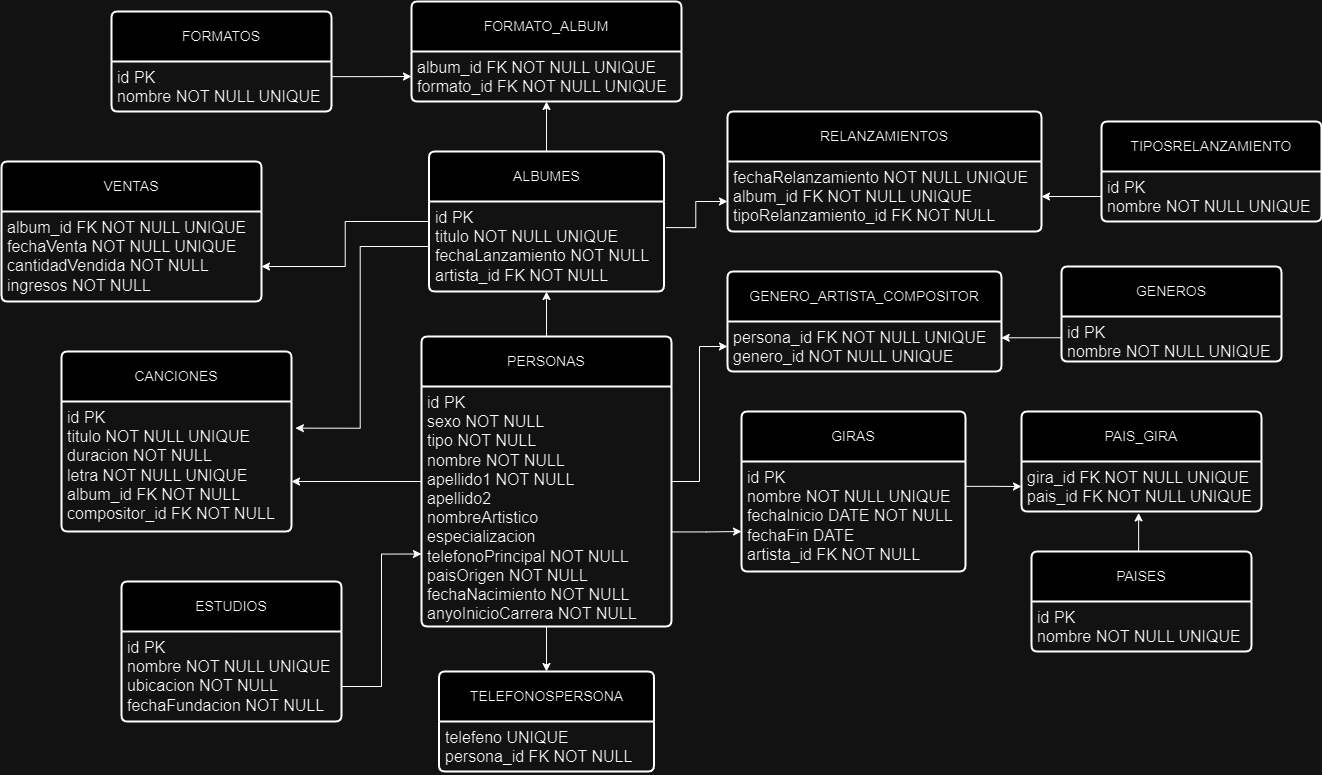
The draw.io diagram img/modelo_logico.png in jstorra/proyecto-discografica-sql, before a commit. Source tidied: cells renumbered, new cells last; positions are measured from the earlier drawing's top-left corner, leaving out a move shared by most shapes.
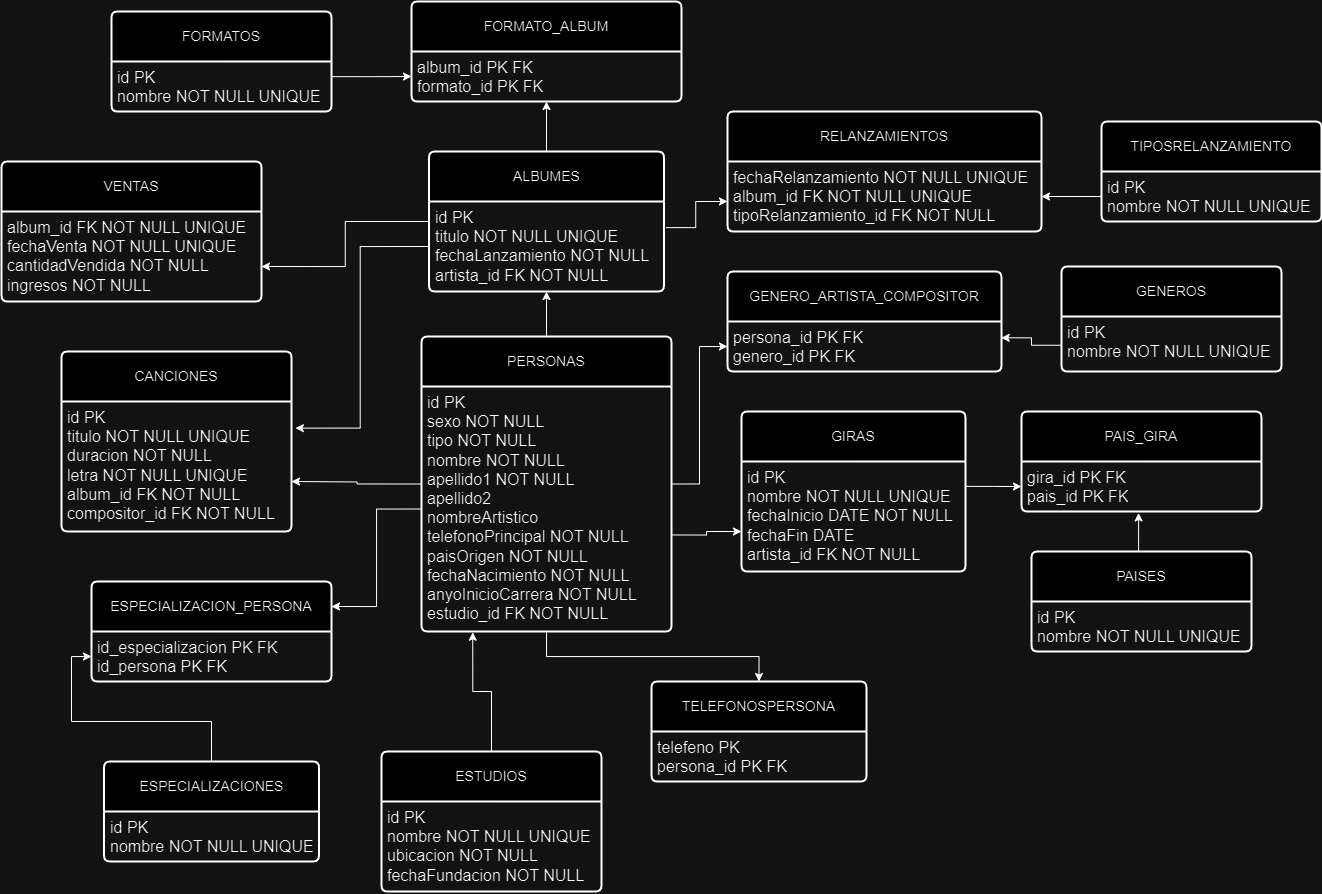
After the commit.

Commit message:
feat: :sparkles: Changing logical model image

Diff of the diagram source:
```diff
@@ -17,10 +17,10 @@
       <mxGeometry relative="1" as="geometry" />
     </mxCell>
     <mxCell id="6" value="PERSONAS" style="swimlane;horizontal=1;startSize=50;rounded=1;fontSize=14;fontStyle=0;strokeWidth=2;shadow=0;dashed=0;align=center;arcSize=4;whiteSpace=wrap;html=1;" parent="1" vertex="1">
-      <mxGeometry x="420" y="335" width="250" height="290" as="geometry" />
+      <mxGeometry x="420" y="335" width="250" height="295" as="geometry" />
     </mxCell>
-    <mxCell id="7" value="&lt;font size=&quot;3&quot;&gt;id PK&lt;br&gt;sexo NOT NULL&lt;br&gt;tipo NOT NULL&lt;br&gt;nombre NOT NULL&lt;br&gt;apellido1 NOT NULL&lt;br&gt;apellido2&lt;br&gt;nombreArtistico&lt;br&gt;especializacion&lt;br&gt;telefonoPrincipal NOT NULL&lt;br&gt;paisOrigen NOT NULL&lt;br&gt;fechaNacimiento NOT NULL&lt;br&gt;anyoInicioCarrera NOT NULL&lt;br&gt;&lt;br&gt;&lt;/font&gt;" style="text;strokeColor=none;fillColor=none;spacingLeft=4;spacingRight=4;overflow=hidden;points=[[0,0.5],[1,0.5]];portConstraint=eastwest;fontSize=12;whiteSpace=wrap;html=1;" parent="6" vertex="1">
-      <mxGeometry y="50" width="250" height="240" as="geometry" />
+    <mxCell id="7" value="&lt;font size=&quot;3&quot;&gt;id PK&lt;br&gt;sexo NOT NULL&lt;br&gt;tipo NOT NULL&lt;br&gt;nombre NOT NULL&lt;br&gt;apellido1 NOT NULL&lt;br&gt;apellido2&lt;br&gt;nombreArtistico&lt;br&gt;telefonoPrincipal NOT NULL&lt;br&gt;paisOrigen NOT NULL&lt;br&gt;fechaNacimiento NOT NULL&lt;br&gt;anyoInicioCarrera NOT NULL&lt;br&gt;estudio_id FK NOT NULL&lt;br&gt;&lt;/font&gt;" style="text;strokeColor=none;fillColor=none;spacingLeft=4;spacingRight=4;overflow=hidden;points=[[0,0.5],[1,0.5]];portConstraint=eastwest;fontSize=12;whiteSpace=wrap;html=1;" parent="6" vertex="1">
+      <mxGeometry y="50" width="250" height="245" as="geometry" />
     </mxCell>
     <mxCell id="8" style="edgeStyle=orthogonalEdgeStyle;rounded=0;jettySize=auto;html=1;exitX=0.998;exitY=0.226;exitDx=0;exitDy=0;entryX=0;entryY=0.75;entryDx=0;entryDy=0;exitPerimeter=0;" parent="1" edge="1" source="10" target="30">
       <mxGeometry relative="1" as="geometry" />
@@ -58,11 +58,8 @@
     <mxCell id="19" value="&lt;font size=&quot;3&quot;&gt;album_id FK NOT NULL UNIQUE&lt;br&gt;fechaVenta NOT NULL UNIQUE&lt;br&gt;cantidadVendida NOT NULL&lt;br&gt;ingresos NOT NULL&lt;br&gt;&lt;/font&gt;" style="text;strokeColor=none;fillColor=none;spacingLeft=4;spacingRight=4;overflow=hidden;fontSize=12;whiteSpace=wrap;html=1;" parent="18" vertex="1">
       <mxGeometry y="50" width="260" height="90" as="geometry" />
     </mxCell>
-    <mxCell id="20" style="edgeStyle=orthogonalEdgeStyle;rounded=0;jettySize=auto;html=1;exitX=1;exitY=0.75;exitDx=0;exitDy=0;entryX=0;entryY=0.75;entryDx=0;entryDy=0;" parent="1" edge="1" source="21" target="6">
-      <mxGeometry relative="1" as="geometry" />
-    </mxCell>
     <mxCell id="21" value="ESTUDIOS" style="swimlane;horizontal=1;startSize=50;rounded=1;fontSize=14;fontStyle=0;strokeWidth=2;shadow=0;dashed=0;align=center;arcSize=4;whiteSpace=wrap;html=1;" parent="1" vertex="1">
-      <mxGeometry x="120" y="580" width="220" height="140" as="geometry" />
+      <mxGeometry x="380" y="750" width="220" height="140" as="geometry" />
     </mxCell>
     <mxCell id="22" value="&lt;font size=&quot;3&quot;&gt;id PK&lt;br&gt;nombre NOT NULL UNIQUE&lt;br&gt;ubicacion NOT NULL&lt;br&gt;fechaFundacion NOT NULL&lt;br&gt;&lt;/font&gt;" style="text;strokeColor=none;fillColor=none;spacingLeft=4;spacingRight=4;overflow=hidden;fontSize=12;whiteSpace=wrap;html=1;" parent="21" vertex="1">
       <mxGeometry y="50" width="220" height="90" as="geometry" />
@@ -79,19 +76,19 @@
     <mxCell id="26" value="FORMATO_ALBUM" style="swimlane;horizontal=1;startSize=50;rounded=1;fontSize=14;fontStyle=0;strokeWidth=2;shadow=0;dashed=0;align=center;arcSize=4;whiteSpace=wrap;html=1;" parent="1" vertex="1">
       <mxGeometry x="410" width="270" height="100" as="geometry" />
     </mxCell>
-    <mxCell id="27" value="&lt;font size=&quot;3&quot;&gt;album_id FK NOT NULL UNIQUE&lt;br&gt;formato_id FK NOT NULL UNIQUE&lt;br&gt;&lt;/font&gt;" style="text;strokeColor=none;fillColor=none;spacingLeft=4;spacingRight=4;overflow=hidden;fontSize=12;whiteSpace=wrap;html=1;" parent="26" vertex="1">
+    <mxCell id="27" value="&lt;font size=&quot;3&quot;&gt;album_id PK FK&amp;nbsp;&lt;br&gt;formato_id PK FK&lt;br&gt;&lt;/font&gt;" style="text;strokeColor=none;fillColor=none;spacingLeft=4;spacingRight=4;overflow=hidden;fontSize=12;whiteSpace=wrap;html=1;" parent="26" vertex="1">
       <mxGeometry y="50" width="270" height="50" as="geometry" />
     </mxCell>
     <mxCell id="28" value="TELEFONOSPERSONA" style="swimlane;horizontal=1;startSize=50;rounded=1;fontSize=14;fontStyle=0;strokeWidth=2;shadow=0;dashed=0;align=center;arcSize=4;whiteSpace=wrap;html=1;" parent="1" vertex="1">
-      <mxGeometry x="437.5" y="670" width="215" height="100" as="geometry" />
+      <mxGeometry x="650" y="680" width="215" height="100" as="geometry" />
     </mxCell>
-    <mxCell id="29" value="&lt;font size=&quot;3&quot;&gt;telefeno UNIQUE&lt;br&gt;persona_id FK NOT NULL&lt;br&gt;&lt;/font&gt;" style="text;strokeColor=none;fillColor=none;spacingLeft=4;spacingRight=4;overflow=hidden;fontSize=12;whiteSpace=wrap;html=1;" parent="28" vertex="1">
+    <mxCell id="29" value="&lt;font size=&quot;3&quot;&gt;telefeno PK&lt;br&gt;persona_id PK FK&lt;br&gt;&lt;/font&gt;" style="text;strokeColor=none;fillColor=none;spacingLeft=4;spacingRight=4;overflow=hidden;fontSize=12;whiteSpace=wrap;html=1;" parent="28" vertex="1">
       <mxGeometry y="50" width="215" height="50" as="geometry" />
     </mxCell>
     <mxCell id="30" value="PAIS_GIRA" style="swimlane;horizontal=1;startSize=50;rounded=1;fontSize=14;fontStyle=0;strokeWidth=2;shadow=0;dashed=0;align=center;arcSize=4;whiteSpace=wrap;html=1;" parent="1" vertex="1">
       <mxGeometry x="1020" y="410" width="240" height="100" as="geometry" />
     </mxCell>
-    <mxCell id="31" value="&lt;font size=&quot;3&quot;&gt;gira_id FK NOT NULL UNIQUE&lt;br&gt;pais_id FK NOT NULL UNIQUE&lt;br&gt;&lt;/font&gt;" style="text;strokeColor=none;fillColor=none;spacingLeft=4;spacingRight=4;overflow=hidden;points=[[0,0.5],[1,0.5]];portConstraint=eastwest;fontSize=12;whiteSpace=wrap;html=1;" parent="30" vertex="1">
+    <mxCell id="31" value="&lt;font size=&quot;3&quot;&gt;gira_id PK FK&lt;br&gt;pais_id PK FK&lt;br&gt;&lt;/font&gt;" style="text;strokeColor=none;fillColor=none;spacingLeft=4;spacingRight=4;overflow=hidden;points=[[0,0.5],[1,0.5]];portConstraint=eastwest;fontSize=12;whiteSpace=wrap;html=1;" parent="30" vertex="1">
       <mxGeometry y="50" width="240" height="50" as="geometry" />
     </mxCell>
     <mxCell id="32" value="PAISES" style="swimlane;horizontal=1;startSize=50;rounded=1;fontSize=14;fontStyle=0;strokeWidth=2;shadow=0;dashed=0;align=center;arcSize=4;whiteSpace=wrap;html=1;" parent="1" vertex="1">
@@ -104,10 +101,10 @@
       <mxGeometry relative="1" as="geometry" />
     </mxCell>
     <mxCell id="35" value="GENEROS" style="swimlane;horizontal=1;startSize=50;rounded=1;fontSize=14;fontStyle=0;strokeWidth=2;shadow=0;dashed=0;align=center;arcSize=4;whiteSpace=wrap;html=1;" parent="1" vertex="1">
-      <mxGeometry x="1060" y="265" width="220" height="95" as="geometry" />
+      <mxGeometry x="1060" y="265" width="220" height="105" as="geometry" />
     </mxCell>
     <mxCell id="36" value="&lt;font size=&quot;3&quot;&gt;id PK&lt;br&gt;nombre NOT NULL UNIQUE&lt;br&gt;&lt;/font&gt;" style="text;strokeColor=none;fillColor=none;spacingLeft=4;spacingRight=4;overflow=hidden;fontSize=12;whiteSpace=wrap;html=1;" parent="35" vertex="1">
-      <mxGeometry y="50" width="220" height="45" as="geometry" />
+      <mxGeometry y="50" width="220" height="55" as="geometry" />
     </mxCell>
     <mxCell id="37" value="RELANZAMIENTOS" style="swimlane;horizontal=1;startSize=50;rounded=1;fontSize=14;fontStyle=0;strokeWidth=2;shadow=0;dashed=0;align=center;arcSize=4;whiteSpace=wrap;html=1;" parent="1" vertex="1">
       <mxGeometry x="726" y="110" width="314" height="120" as="geometry" />
@@ -127,7 +124,7 @@
     <mxCell id="42" value="GENERO_ARTISTA_COMPOSITOR" style="swimlane;horizontal=1;startSize=50;rounded=1;fontSize=14;fontStyle=0;strokeWidth=2;shadow=0;dashed=0;align=center;arcSize=4;whiteSpace=wrap;html=1;" parent="1" vertex="1">
       <mxGeometry x="726" y="270" width="274" height="100" as="geometry" />
     </mxCell>
-    <mxCell id="43" value="&lt;font size=&quot;3&quot;&gt;persona_id FK NOT NULL UNIQUE&lt;br&gt;genero_id NOT NULL UNIQUE&lt;br&gt;&lt;/font&gt;" style="text;strokeColor=none;fillColor=none;spacingLeft=4;spacingRight=4;overflow=hidden;points=[[0,0.5],[1,0.5]];portConstraint=eastwest;fontSize=12;whiteSpace=wrap;html=1;" parent="42" vertex="1">
+    <mxCell id="43" value="&lt;font size=&quot;3&quot;&gt;persona_id PK FK&lt;br&gt;genero_id PK FK&lt;br&gt;&lt;/font&gt;" style="text;strokeColor=none;fillColor=none;spacingLeft=4;spacingRight=4;overflow=hidden;points=[[0,0.5],[1,0.5]];portConstraint=eastwest;fontSize=12;whiteSpace=wrap;html=1;" parent="42" vertex="1">
       <mxGeometry y="50" width="274" height="50" as="geometry" />
     </mxCell>
     <mxCell id="44" style="edgeStyle=orthogonalEdgeStyle;rounded=0;jettySize=auto;html=1;exitX=0.5;exitY=1;exitDx=0;exitDy=0;entryX=0.5;entryY=0;entryDx=0;entryDy=0;" parent="1" edge="1" source="6" target="28">
@@ -139,5 +136,26 @@
     <mxCell id="46" style="edgeStyle=orthogonalEdgeStyle;rounded=0;jettySize=auto;html=1;exitX=0.5;exitY=0;exitDx=0;exitDy=0;entryX=0.488;entryY=1.029;entryDx=0;entryDy=0;entryPerimeter=0;" parent="1" edge="1" source="32" target="31">
       <mxGeometry relative="1" as="geometry" />
     </mxCell>
+    <mxCell id="47" style="edgeStyle=orthogonalEdgeStyle;rounded=0;jettySize=auto;html=1;exitX=0.5;exitY=0;exitDx=0;exitDy=0;entryX=0;entryY=0.5;entryDx=0;entryDy=0;" parent="1" edge="1" source="48" target="51">
+      <mxGeometry relative="1" as="geometry" />
+    </mxCell>
+    <mxCell id="48" value="ESPECIALIZACIONES" style="swimlane;horizontal=1;startSize=50;rounded=1;fontSize=14;fontStyle=0;strokeWidth=2;shadow=0;dashed=0;align=center;arcSize=4;whiteSpace=wrap;html=1;" parent="1" vertex="1">
+      <mxGeometry x="102.5" y="760" width="215" height="100" as="geometry" />
+    </mxCell>
+    <mxCell id="49" value="&lt;font size=&quot;3&quot;&gt;id PK&lt;br&gt;nombre NOT NULL UNIQUE&lt;br&gt;&lt;/font&gt;" style="text;strokeColor=none;fillColor=none;spacingLeft=4;spacingRight=4;overflow=hidden;fontSize=12;whiteSpace=wrap;html=1;" parent="48" vertex="1">
+      <mxGeometry y="50" width="215" height="50" as="geometry" />
+    </mxCell>
+    <mxCell id="50" value="ESPECIALIZACION_PERSONA" style="swimlane;horizontal=1;startSize=50;rounded=1;fontSize=14;fontStyle=0;strokeWidth=2;shadow=0;dashed=0;align=center;arcSize=4;whiteSpace=wrap;html=1;" parent="1" vertex="1">
+      <mxGeometry x="90" y="580" width="240" height="100" as="geometry" />
+    </mxCell>
+    <mxCell id="51" value="&lt;font size=&quot;3&quot;&gt;id_especializacion PK FK&lt;br&gt;id_persona PK FK&lt;br&gt;&lt;/font&gt;" style="text;strokeColor=none;fillColor=none;spacingLeft=4;spacingRight=4;overflow=hidden;points=[[0,0.5],[1,0.5]];portConstraint=eastwest;fontSize=12;whiteSpace=wrap;html=1;" parent="50" vertex="1">
+      <mxGeometry y="50" width="240" height="50" as="geometry" />
+    </mxCell>
+    <mxCell id="52" style="edgeStyle=orthogonalEdgeStyle;rounded=0;jettySize=auto;html=1;exitX=0.5;exitY=0;exitDx=0;exitDy=0;entryX=0.205;entryY=1.003;entryDx=0;entryDy=0;entryPerimeter=0;" parent="1" edge="1" source="21" target="7">
+      <mxGeometry relative="1" as="geometry" />
+    </mxCell>
+    <mxCell id="53" style="edgeStyle=orthogonalEdgeStyle;rounded=0;jettySize=auto;html=1;exitX=0;exitY=0.5;exitDx=0;exitDy=0;entryX=1;entryY=0.25;entryDx=0;entryDy=0;" parent="1" edge="1" source="7" target="50">
+      <mxGeometry relative="1" as="geometry" />
+    </mxCell>
   </root>
 </mxGraphModel>
```
